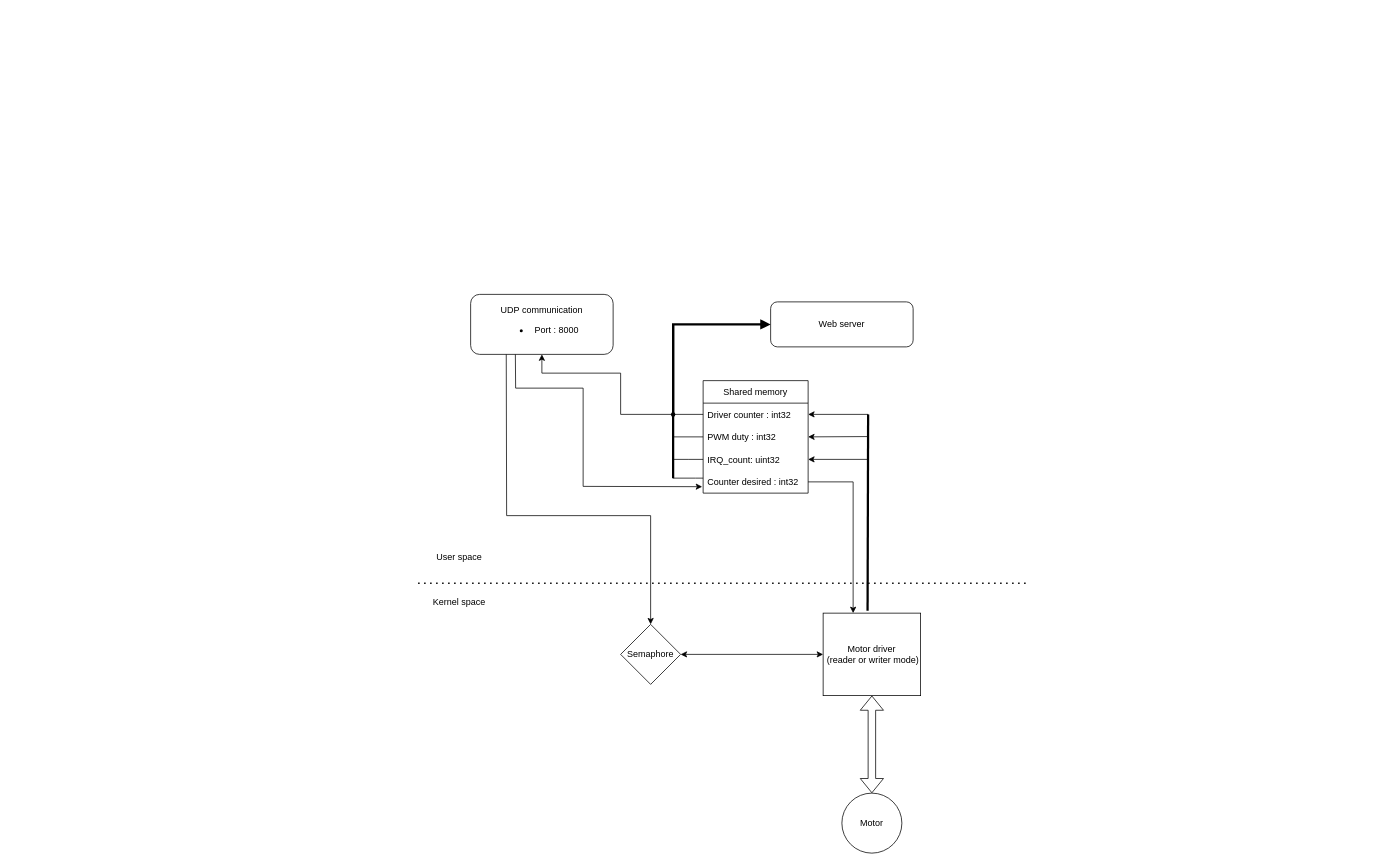
Myralllka/CTU_real_time_systems_programming keeps this draw.io diagram as semestral_project/Structure.drawio. Above is the earlier version. Source tidied: cells renumbered, new cells numbered last; positions are measured from the earlier drawing's top-left corner, leaving out a move shared by most shapes. Both pictures are drawn from the tidied source at 75%, with x=0, y=0 at pixel (418, 294).
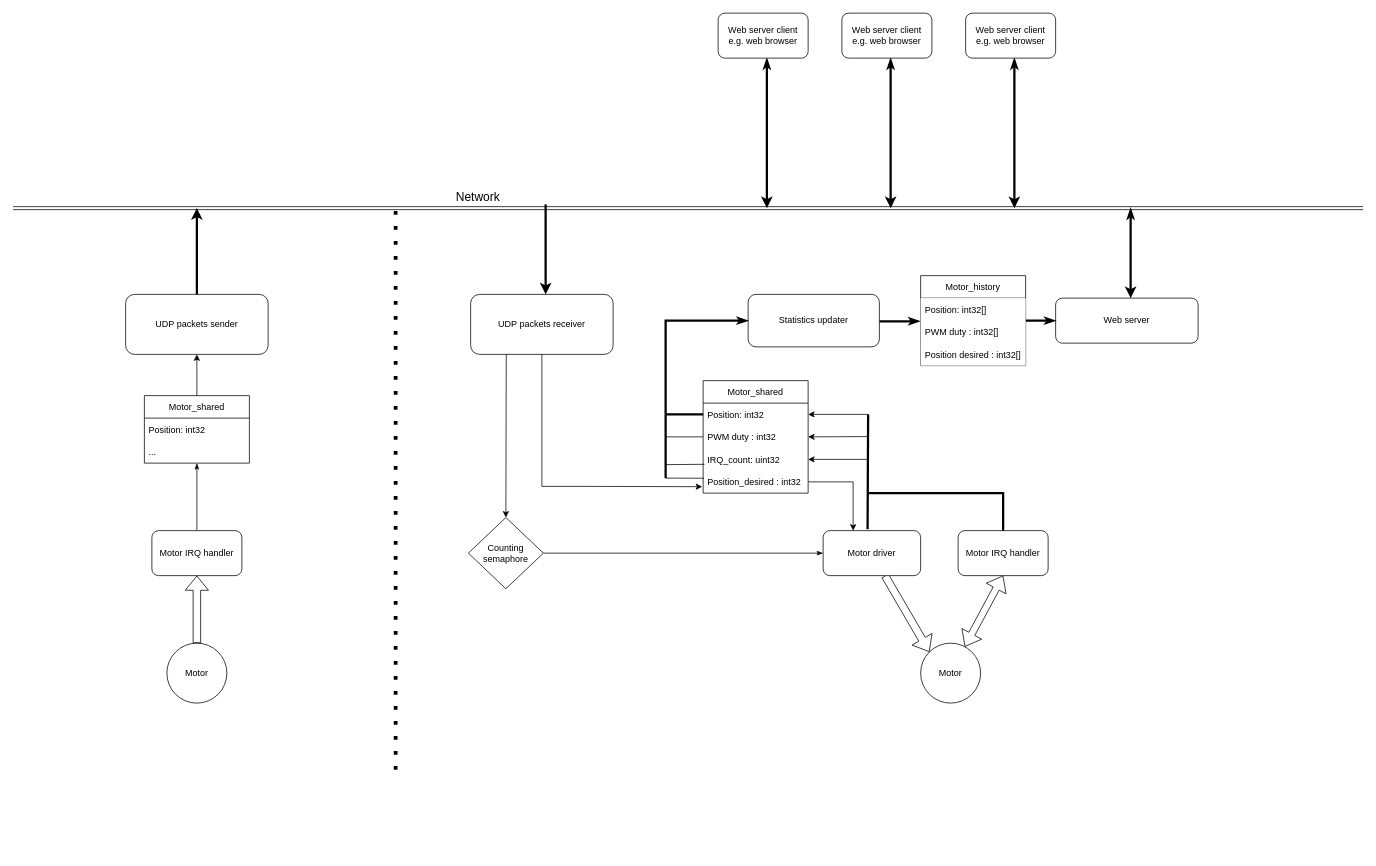
After the change.

Unchanged cells that the change refers to:
```xml
<mxCell id="11" value="PWM duty : int32" style="text;strokeColor=none;fillColor=none;align=left;verticalAlign=middle;spacingLeft=4;spacingRight=4;overflow=hidden;points=[[0,0.5],[1,0.5]];portConstraint=eastwest;" parent="9" vertex="1">
  <mxGeometry y="60" width="140" height="30" as="geometry" />
</mxCell>
<mxCell id="12" value="IRQ_count: uint32" style="text;strokeColor=none;fillColor=none;align=left;verticalAlign=middle;spacingLeft=4;spacingRight=4;overflow=hidden;points=[[0,0.5],[1,0.5]];portConstraint=eastwest;" parent="9" vertex="1">
  <mxGeometry y="90" width="140" height="30" as="geometry" />
</mxCell>
```

What changed in the source:
```diff
@@
+    <mxCell id="31" style="shape=flexArrow;endArrow=classic;html=1;rounded=0;strokeWidth=1;entryX=0;entryY=0;entryDx=0;entryDy=0;" parent="1" edge="1" source="2" target="3">
+      <mxGeometry relative="1" as="geometry" />
+    </mxCell>
-    <mxCell id="2" value="&lt;div&gt;Motor driver&lt;/div&gt;&lt;div&gt;&amp;nbsp;(reader or writer mode)&lt;/div&gt;" style="rounded=0;whiteSpace=wrap;html=1;" parent="1" vertex="1">
-      <mxGeometry x="540" y="425" width="130" height="110" as="geometry" />
+    <mxCell id="2" value="&lt;div&gt;Motor driver&lt;/div&gt;" style="rounded=1;whiteSpace=wrap;html=1;" parent="1" vertex="1">
+      <mxGeometry x="540" y="315" width="130" height="60" as="geometry" />
     </mxCell>
     <mxCell id="3" value="Motor" style="ellipse;whiteSpace=wrap;html=1;" parent="1" vertex="1">
-      <mxGeometry x="565" y="665" width="80" height="80" as="geometry" />
+      <mxGeometry x="670" y="465" width="80" height="80" as="geometry" />
     </mxCell>
-    <mxCell id="4" style="shape=flexArrow;endArrow=classic;startArrow=classic;html=1;rounded=0;exitX=0.5;exitY=0;exitDx=0;exitDy=0;entryX=0.5;entryY=1;entryDx=0;entryDy=0;" parent="1" edge="1" source="3" target="2">
-      <mxGeometry relative="1" as="geometry" />
-    </mxCell>
-    <mxCell id="5" value="&lt;div&gt;UDP communication&lt;/div&gt;&lt;div&gt;&lt;ul&gt;&lt;li&gt;Port : 8000&lt;/li&gt;&lt;/ul&gt;&lt;/div&gt;" style="rounded=1;whiteSpace=wrap;html=1;" parent="1" vertex="1">
+    <mxCell id="5" value="&lt;div&gt;UDP packets receiver&lt;/div&gt;" style="rounded=1;whiteSpace=wrap;html=1;" parent="1" vertex="1">
       <mxGeometry x="70" width="190" height="80" as="geometry" />
     </mxCell>
-    <mxCell id="6" style="endArrow=none;dashed=1;html=1;dashPattern=1 3;strokeWidth=2;rounded=0;" parent="1" edge="1">
-      <mxGeometry relative="1" as="geometry">
-        <mxPoint y="385" as="sourcePoint" />
-        <mxPoint x="810" y="385" as="targetPoint" />
-      </mxGeometry>
-    </mxCell>
-    <mxCell id="7" value="Kernel space" style="text;html=1;strokeColor=none;fillColor=none;align=center;verticalAlign=middle;whiteSpace=wrap;rounded=0;" parent="1" vertex="1">
-      <mxGeometry y="395" width="110" height="30" as="geometry" />
-    </mxCell>
-    <mxCell id="8" value="User space" style="text;html=1;strokeColor=none;fillColor=none;align=center;verticalAlign=middle;whiteSpace=wrap;rounded=0;" parent="1" vertex="1">
-      <mxGeometry y="335" width="110" height="30" as="geometry" />
-    </mxCell>
-    <mxCell id="9" value="Shared memory" style="swimlane;fontStyle=0;horizontal=1;startSize=30;" parent="1" vertex="1">
+    <mxCell id="9" value="Motor_shared" style="swimlane;fontStyle=0;horizontal=1;startSize=30;" parent="1" vertex="1">
       <mxGeometry x="380" y="115" width="140" height="150" as="geometry" />
     </mxCell>
-    <mxCell id="10" value="Driver counter : int32" style="text;strokeColor=none;fillColor=none;align=left;verticalAlign=middle;spacingLeft=4;spacingRight=4;overflow=hidden;points=[[0,0.5],[1,0.5]];portConstraint=eastwest;" parent="9" vertex="1">
+    <mxCell id="10" value="Position: int32" style="text;strokeColor=none;fillColor=none;align=left;verticalAlign=middle;spacingLeft=4;spacingRight=4;overflow=hidden;points=[[0,0.5],[1,0.5]];portConstraint=eastwest;" parent="9" vertex="1">
       <mxGeometry y="30" width="140" height="30" as="geometry" />
     </mxCell>
@@
-    <mxCell id="13" value="Counter desired : int32" style="text;strokeColor=none;fillColor=none;align=left;verticalAlign=middle;spacingLeft=4;spacingRight=4;overflow=hidden;points=[[0,0.5],[1,0.5]];portConstraint=eastwest;" parent="9" vertex="1">
+    <mxCell id="13" value="Position_desired : int32" style="text;strokeColor=none;fillColor=none;align=left;verticalAlign=middle;spacingLeft=4;spacingRight=4;overflow=hidden;points=[[0,0.5],[1,0.5]];portConstraint=eastwest;" parent="9" vertex="1">
       <mxGeometry y="120" width="140" height="30" as="geometry" />
     </mxCell>
-    <mxCell id="14" style="endArrow=classic;html=1;rounded=0;exitX=0;exitY=0.5;exitDx=0;exitDy=0;entryX=0.5;entryY=1;entryDx=0;entryDy=0;" parent="1" edge="1" source="10" target="5">
-      <mxGeometry relative="1" as="geometry">
-        <Array as="points">
-          <mxPoint x="270" y="160" />
-          <mxPoint x="270" y="105" />
-          <mxPoint x="165" y="105" />
-        </Array>
-      </mxGeometry>
-    </mxCell>
+    <mxCell id="32" style="edgeStyle=orthogonalEdgeStyle;rounded=0;jettySize=auto;html=1;startArrow=classic;startFill=1;endArrow=classicThin;endFill=1;strokeWidth=3;" parent="1" edge="1" source="15">
+      <mxGeometry relative="1" as="geometry">
+        <mxPoint x="950" y="-115" as="targetPoint" />
+        <Array as="points">
+          <mxPoint x="950" y="-85" />
+        </Array>
+      </mxGeometry>
+    </mxCell>
     <mxCell id="15" value="&lt;div&gt;Web server&lt;/div&gt;" style="rounded=1;whiteSpace=wrap;html=1;" parent="1" vertex="1">
-      <mxGeometry x="470" y="10" width="190" height="60" as="geometry" />
+      <mxGeometry x="850" y="5" width="190" height="60" as="geometry" />
     </mxCell>
-    <mxCell id="16" style="endArrow=none;html=1;rounded=0;exitX=0;exitY=0.5;exitDx=0;exitDy=0;" parent="1" edge="1" source="11">
-      <mxGeometry relative="1" as="geometry">
-        <mxPoint x="340" y="190" as="targetPoint" />
-      </mxGeometry>
-    </mxCell>
-    <mxCell id="17" style="endArrow=none;html=1;rounded=0;strokeWidth=3;exitDx=0;exitDy=0;startArrow=none;startFill=1;" parent="1" edge="1" source="22">
-      <mxGeometry relative="1" as="geometry">
-        <mxPoint x="340" y="220" as="targetPoint" />
-        <Array as="points">
-          <mxPoint x="340" y="40" />
-          <mxPoint x="340" y="245" />
-        </Array>
-      </mxGeometry>
-    </mxCell>
@@
-    <mxCell id="22" style="shape=waypoint;sketch=0;fillStyle=solid;size=6;points=[];fillColor=none;perimeter=centerPerimeter;snapToPoint=1;" parent="1" vertex="1">
-      <mxGeometry x="320" y="140" width="40" height="40" as="geometry" />
-    </mxCell>
-    <mxCell id="23" style="endArrow=none;html=1;rounded=0;entryDx=0;entryDy=0;strokeWidth=3;exitX=0;exitY=0.5;exitDx=0;exitDy=0;startArrow=block;startFill=1;" parent="1" edge="1" source="15" target="22">
-      <mxGeometry relative="1" as="geometry">
-        <Array as="points">
-          <mxPoint x="340" y="40" />
-        </Array>
-      </mxGeometry>
-    </mxCell>
-    <mxCell id="24" value="Semaphore" style="rhombus;whiteSpace=wrap;html=1;" parent="1" vertex="1">
-      <mxGeometry x="270" y="440" width="80" height="80" as="geometry" />
-    </mxCell>
-    <mxCell id="25" style="edgeStyle=orthogonalEdgeStyle;rounded=0;jettySize=auto;html=1;startArrow=none;startFill=0;endArrow=none;endFill=0;" parent="1" edge="1" source="13">
-      <mxGeometry relative="1" as="geometry">
-        <mxPoint x="340" y="245" as="targetPoint" />
-        <Array as="points">
-          <mxPoint x="370" y="245" />
-          <mxPoint x="370" y="245" />
-        </Array>
-      </mxGeometry>
-    </mxCell>
-    <mxCell id="26" style="edgeStyle=orthogonalEdgeStyle;rounded=0;jettySize=auto;html=1;startArrow=none;startFill=0;endArrow=none;endFill=0;" parent="1" edge="1" source="12">
-      <mxGeometry relative="1" as="geometry">
-        <mxPoint x="340" y="220" as="targetPoint" />
-      </mxGeometry>
-    </mxCell>
-    <mxCell id="27" style="endArrow=classic;html=1;rounded=0;exitX=0.314;exitY=1.001;exitDx=0;exitDy=0;exitPerimeter=0;entryX=-0.009;entryY=0.714;entryDx=0;entryDy=0;entryPerimeter=0;" parent="1" edge="1" source="5" target="13">
+    <mxCell id="27" style="endArrow=classic;html=1;rounded=0;exitX=0.5;exitY=1;exitDx=0;exitDy=0;entryX=-0.009;entryY=0.714;entryDx=0;entryDy=0;entryPerimeter=0;" parent="1" edge="1" source="5" target="13">
       <mxGeometry relative="1" as="geometry">
         <Array as="points">
-          <mxPoint x="130" y="125" />
-          <mxPoint x="220" y="125" />
+          <mxPoint x="165" y="256" />
           <mxPoint x="220" y="256" />
         </Array>
       </mxGeometry>
     </mxCell>
@@
-    <mxCell id="29" style="endArrow=classic;html=1;rounded=0;exitX=0.25;exitY=1;exitDx=0;exitDy=0;entryX=0.5;entryY=0;entryDx=0;entryDy=0;" parent="1" edge="1" source="5" target="24">
-      <mxGeometry relative="1" as="geometry">
-        <Array as="points">
-          <mxPoint x="118" y="295" />
-          <mxPoint x="310" y="295" />
-        </Array>
-      </mxGeometry>
-    </mxCell>
-    <mxCell id="30" style="endArrow=classic;html=1;rounded=0;exitX=1;exitY=0.5;exitDx=0;exitDy=0;entryX=0;entryY=0.5;entryDx=0;entryDy=0;startArrow=classic;startFill=1;" parent="1" edge="1" source="24" target="2">
-      <mxGeometry relative="1" as="geometry" />
-    </mxCell>
+    <mxCell id="33" style="edgeStyle=orthogonalEdgeStyle;rounded=0;jettySize=auto;html=1;entryX=-0.007;entryY=1.029;entryDx=0;entryDy=0;entryPerimeter=0;startArrow=none;startFill=0;endArrow=classicThin;endFill=1;strokeWidth=3;" parent="1" edge="1" source="34" target="42">
+      <mxGeometry relative="1" as="geometry">
+        <Array as="points">
+          <mxPoint x="668" y="35" />
+          <mxPoint x="668" y="36" />
+        </Array>
+      </mxGeometry>
+    </mxCell>
+    <mxCell id="34" value="Statistics updater" style="rounded=1;whiteSpace=wrap;html=1;" parent="1" vertex="1">
+      <mxGeometry x="440" width="175" height="70" as="geometry" />
+    </mxCell>
+    <mxCell id="35" style="endArrow=none;html=1;rounded=0;exitX=0.013;exitY=0.719;exitDx=0;exitDy=0;exitPerimeter=0;" parent="1" edge="1" source="12">
+      <mxGeometry relative="1" as="geometry">
+        <mxPoint x="330" y="227" as="targetPoint" />
+      </mxGeometry>
+    </mxCell>
+    <mxCell id="36" style="endArrow=none;html=1;rounded=0;exitX=0;exitY=0.5;exitDx=0;exitDy=0;" parent="1" edge="1" source="11">
+      <mxGeometry relative="1" as="geometry">
+        <mxPoint x="330" y="190" as="targetPoint" />
+      </mxGeometry>
+    </mxCell>
+    <mxCell id="37" style="endArrow=none;html=1;rounded=0;exitX=0.008;exitY=0.338;exitDx=0;exitDy=0;exitPerimeter=0;" parent="1" edge="1" source="13">
+      <mxGeometry relative="1" as="geometry">
+        <mxPoint x="330" y="245" as="targetPoint" />
+      </mxGeometry>
+    </mxCell>
+    <mxCell id="38" style="endArrow=classicThin;html=1;rounded=0;entryX=0;entryY=0.5;entryDx=0;entryDy=0;strokeWidth=3;startArrow=none;startFill=0;endFill=1;" parent="1" edge="1" target="34">
+      <mxGeometry relative="1" as="geometry">
+        <mxPoint x="330" y="160" as="sourcePoint" />
+        <Array as="points">
+          <mxPoint x="330" y="35" />
+        </Array>
+      </mxGeometry>
+    </mxCell>
+    <mxCell id="39" style="endArrow=none;html=1;rounded=0;entryDx=0;entryDy=0;strokeWidth=3;" parent="1" edge="1">
+      <mxGeometry relative="1" as="geometry">
+        <mxPoint x="330" y="245" as="sourcePoint" />
+        <mxPoint x="330" y="160" as="targetPoint" />
+      </mxGeometry>
+    </mxCell>
+    <mxCell id="40" style="edgeStyle=orthogonalEdgeStyle;rounded=0;jettySize=auto;html=1;startArrow=none;startFill=0;endArrow=classicThin;endFill=1;strokeWidth=3;" parent="1" edge="1" source="41" target="15">
+      <mxGeometry relative="1" as="geometry" />
+    </mxCell>
+    <mxCell id="41" value="Motor_history" style="swimlane;fontStyle=0;horizontal=1;startSize=30;" parent="1" vertex="1">
+      <mxGeometry x="670" y="-25" width="140" height="120" as="geometry" />
+    </mxCell>
+    <mxCell id="42" value="Position: int32[]" style="text;align=left;verticalAlign=middle;spacingLeft=4;spacingRight=4;overflow=hidden;points=[[0,0.5],[1,0.5]];portConstraint=eastwest;fillColor=default;" parent="41" vertex="1">
+      <mxGeometry y="30" width="140" height="30" as="geometry" />
+    </mxCell>
+    <mxCell id="43" value="PWM duty : int32[]" style="text;strokeColor=none;fillColor=default;align=left;verticalAlign=middle;spacingLeft=4;spacingRight=4;overflow=hidden;" parent="41" vertex="1">
+      <mxGeometry y="60" width="140" height="30" as="geometry" />
+    </mxCell>
+    <mxCell id="44" value="Position desired : int32[]" style="text;align=left;verticalAlign=middle;spacingLeft=4;spacingRight=4;overflow=hidden;fillColor=default;" parent="41" vertex="1">
+      <mxGeometry y="90" width="140" height="30" as="geometry" />
+    </mxCell>
+    <mxCell id="45" style="edgeStyle=orthogonalEdgeStyle;rounded=0;jettySize=auto;html=1;exitX=1;exitY=0.5;exitDx=0;exitDy=0;entryX=0;entryY=0.5;entryDx=0;entryDy=0;startArrow=none;startFill=0;endArrow=classicThin;endFill=1;strokeWidth=1;" parent="1" edge="1" source="46" target="2">
+      <mxGeometry relative="1" as="geometry" />
+    </mxCell>
+    <mxCell id="46" value="&lt;div&gt;Counting&lt;/div&gt;&lt;div&gt;semaphore&lt;br&gt;&lt;/div&gt;" style="rhombus;whiteSpace=wrap;html=1;rounded=0;fillColor=default;" parent="1" vertex="1">
+      <mxGeometry x="67" y="297.5" width="100" height="95" as="geometry" />
+    </mxCell>
+    <mxCell id="47" style="endArrow=classic;html=1;rounded=0;strokeWidth=1;entryX=0.5;entryY=0;entryDx=0;entryDy=0;exitX=0.25;exitY=1;exitDx=0;exitDy=0;" parent="1" edge="1" source="5" target="46">
+      <mxGeometry relative="1" as="geometry" />
+    </mxCell>
+    <mxCell id="48" style="shape=link;html=1;rounded=0;startArrow=none;startFill=0;endArrow=classicThin;endFill=1;strokeWidth=1;" parent="1" edge="1">
+      <mxGeometry relative="1" as="geometry">
+        <mxPoint x="-540" y="-115" as="sourcePoint" />
+        <mxPoint x="1260" y="-115" as="targetPoint" />
+      </mxGeometry>
+    </mxCell>
+    <mxCell id="49" value="Network" style="text;html=1;strokeColor=none;fillColor=none;align=center;verticalAlign=middle;whiteSpace=wrap;rounded=0;fontSize=16;" parent="1" vertex="1">
+      <mxGeometry x="50" y="-145" width="60" height="30" as="geometry" />
+    </mxCell>
+    <mxCell id="50" style="endArrow=classic;html=1;rounded=0;strokeWidth=3;" parent="1" edge="1">
+      <mxGeometry relative="1" as="geometry">
+        <mxPoint x="170" y="-120" as="sourcePoint" />
+        <mxPoint x="170" as="targetPoint" />
+        <Array as="points">
+          <mxPoint x="170" y="-80" />
+        </Array>
+      </mxGeometry>
+    </mxCell>
+    <mxCell id="51" style="edgeStyle=orthogonalEdgeStyle;rounded=0;orthogonalLoop=1;jettySize=auto;html=1;startArrow=classic;startFill=1;endArrow=classicThin;endFill=1;strokeWidth=3;" parent="1" edge="1">
+      <mxGeometry relative="1" as="geometry">
+        <mxPoint x="630" y="-115" as="sourcePoint" />
+        <mxPoint x="630" y="-315" as="targetPoint" />
+        <Array as="points">
+          <mxPoint x="630" y="-305" />
+        </Array>
+      </mxGeometry>
+    </mxCell>
+    <mxCell id="52" value="&lt;div&gt;Web server client&lt;/div&gt;&lt;div&gt;e.g. web browser&lt;/div&gt;" style="rounded=1;whiteSpace=wrap;html=1;fillColor=#FFFFFF;" parent="1" vertex="1">
+      <mxGeometry x="565" y="-375" width="120" height="60" as="geometry" />
+    </mxCell>
+    <mxCell id="53" value="&lt;div&gt;UDP packets sender&lt;br&gt;&lt;/div&gt;" style="rounded=1;whiteSpace=wrap;html=1;" parent="1" vertex="1">
+      <mxGeometry x="-390" width="190" height="80" as="geometry" />
+    </mxCell>
+    <mxCell id="54" style="endArrow=none;html=1;rounded=0;strokeWidth=3;entryX=0;entryY=0.5;entryDx=0;entryDy=0;" parent="1" edge="1" target="10">
+      <mxGeometry relative="1" as="geometry">
+        <mxPoint x="330" y="160" as="sourcePoint" />
+      </mxGeometry>
+    </mxCell>
+    <mxCell id="55" value="Motor IRQ handler" style="rounded=1;whiteSpace=wrap;html=1;fillColor=#FFFFFF;" parent="1" vertex="1">
+      <mxGeometry x="720" y="315" width="120" height="60" as="geometry" />
+    </mxCell>
+    <mxCell id="56" style="shape=flexArrow;endArrow=classic;startArrow=classic;html=1;rounded=0;strokeWidth=1;width=9;entryX=0.5;entryY=1;entryDx=0;entryDy=0;" parent="1" edge="1" source="3" target="55">
+      <mxGeometry relative="1" as="geometry" />
+    </mxCell>
+    <mxCell id="57" style="endArrow=none;html=1;rounded=0;strokeWidth=3;exitX=0.5;exitY=0;exitDx=0;exitDy=0;" parent="1" edge="1" source="55">
+      <mxGeometry relative="1" as="geometry">
+        <mxPoint x="600" y="265" as="targetPoint" />
+        <Array as="points">
+          <mxPoint x="780" y="265" />
+        </Array>
+      </mxGeometry>
+    </mxCell>
+    <mxCell id="58" value="Motor_shared" style="swimlane;fontStyle=0;horizontal=1;startSize=30;" parent="1" vertex="1">
+      <mxGeometry x="-365" y="135" width="140" height="90" as="geometry" />
+    </mxCell>
+    <mxCell id="59" value="Position: int32" style="text;strokeColor=none;fillColor=none;align=left;verticalAlign=middle;spacingLeft=4;spacingRight=4;overflow=hidden;" parent="58" vertex="1">
+      <mxGeometry y="30" width="140" height="30" as="geometry" />
+    </mxCell>
+    <mxCell id="60" value="..." style="text;strokeColor=none;fillColor=none;align=left;verticalAlign=middle;spacingLeft=4;spacingRight=4;overflow=hidden;" parent="58" vertex="1">
+      <mxGeometry y="60" width="140" height="30" as="geometry" />
+    </mxCell>
+    <mxCell id="61" style="edgeStyle=orthogonalEdgeStyle;rounded=0;jettySize=auto;html=1;fontSize=16;startArrow=none;startFill=0;endArrow=classicThin;endFill=1;strokeWidth=1;" parent="1" edge="1" source="62" target="58">
+      <mxGeometry relative="1" as="geometry" />
+    </mxCell>
+    <mxCell id="62" value="Motor IRQ handler" style="rounded=1;whiteSpace=wrap;html=1;fillColor=#FFFFFF;" parent="1" vertex="1">
+      <mxGeometry x="-355" y="315" width="120" height="60" as="geometry" />
+    </mxCell>
+    <mxCell id="63" value="Motor" style="ellipse;whiteSpace=wrap;html=1;" parent="1" vertex="1">
+      <mxGeometry x="-335" y="465" width="80" height="80" as="geometry" />
+    </mxCell>
+    <mxCell id="64" style="shape=flexArrow;endArrow=classic;html=1;rounded=0;strokeWidth=1;" parent="1" edge="1" source="63" target="62">
+      <mxGeometry relative="1" as="geometry" />
+    </mxCell>
+    <mxCell id="65" style="endArrow=none;dashed=1;html=1;dashPattern=1 3;strokeWidth=5;rounded=0;" parent="1" edge="1">
+      <mxGeometry relative="1" as="geometry">
+        <mxPoint x="-30" y="633.9" as="sourcePoint" />
+        <mxPoint x="-30" y="-115" as="targetPoint" />
+      </mxGeometry>
+    </mxCell>
+    <mxCell id="66" style="endArrow=classic;html=1;rounded=0;strokeWidth=3;exitX=0.5;exitY=0;exitDx=0;exitDy=0;" parent="1" edge="1" source="53">
+      <mxGeometry relative="1" as="geometry">
+        <mxPoint x="-295" y="-115" as="targetPoint" />
+      </mxGeometry>
+    </mxCell>
+    <mxCell id="67" style="edgeStyle=orthogonalEdgeStyle;rounded=0;orthogonalLoop=1;jettySize=auto;html=1;startArrow=classic;startFill=1;endArrow=classicThin;endFill=1;strokeWidth=3;" parent="1" edge="1">
+      <mxGeometry relative="1" as="geometry">
+        <mxPoint x="465" y="-115" as="sourcePoint" />
+        <mxPoint x="465" y="-315" as="targetPoint" />
+        <Array as="points">
+          <mxPoint x="465" y="-305" />
+        </Array>
+      </mxGeometry>
+    </mxCell>
+    <mxCell id="68" value="&lt;div&gt;Web server client&lt;/div&gt;&lt;div&gt;e.g. web browser&lt;/div&gt;" style="rounded=1;whiteSpace=wrap;html=1;fillColor=#FFFFFF;" parent="1" vertex="1">
+      <mxGeometry x="400" y="-375" width="120" height="60" as="geometry" />
+    </mxCell>
+    <mxCell id="69" style="edgeStyle=orthogonalEdgeStyle;rounded=0;orthogonalLoop=1;jettySize=auto;html=1;startArrow=classic;startFill=1;endArrow=classicThin;endFill=1;strokeWidth=3;" parent="1" edge="1">
+      <mxGeometry relative="1" as="geometry">
+        <mxPoint x="795" y="-115" as="sourcePoint" />
+        <mxPoint x="795" y="-315" as="targetPoint" />
+        <Array as="points">
+          <mxPoint x="795" y="-305" />
+        </Array>
+      </mxGeometry>
+    </mxCell>
+    <mxCell id="70" value="&lt;div&gt;Web server client&lt;/div&gt;&lt;div&gt;e.g. web browser&lt;/div&gt;" style="rounded=1;whiteSpace=wrap;html=1;fillColor=#FFFFFF;" parent="1" vertex="1">
+      <mxGeometry x="730" y="-375" width="120" height="60" as="geometry" />
+    </mxCell>
+    <mxCell id="71" style="endArrow=classic;html=1;rounded=0;fontSize=16;strokeWidth=1;entryX=0.5;entryY=1;entryDx=0;entryDy=0;exitX=0.5;exitY=0;exitDx=0;exitDy=0;" parent="1" edge="1" source="58" target="53">
+      <mxGeometry relative="1" as="geometry" />
+    </mxCell>
```
